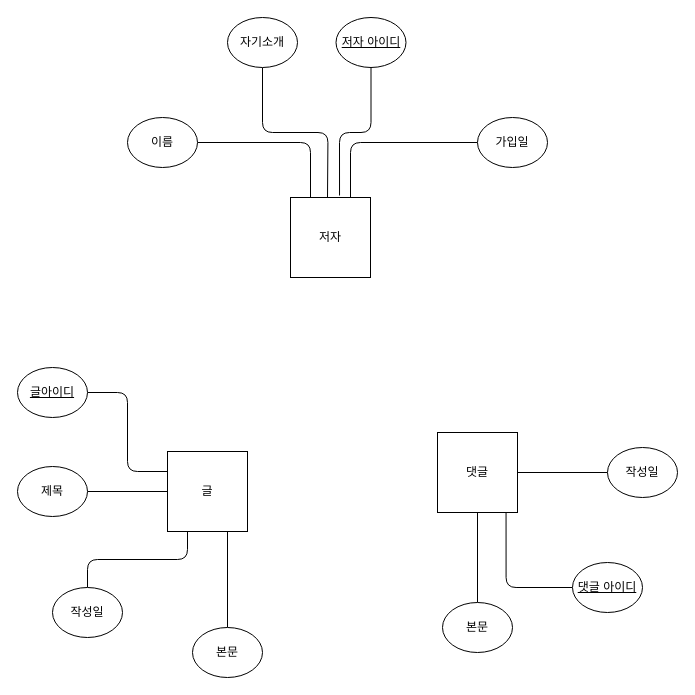
codingeverybody/erd keeps this draw.io diagram as 관계형 데이터 모델링 ERD 실습.drawio. Above is the earlier version. Source tidied: cells renumbered, new cells numbered last; positions are measured from the earlier drawing's top-left corner, leaving out a move shared by most shapes. Both pictures are drawn from the tidied source at 100%, with x=0, y=0 at pixel (17, 17).
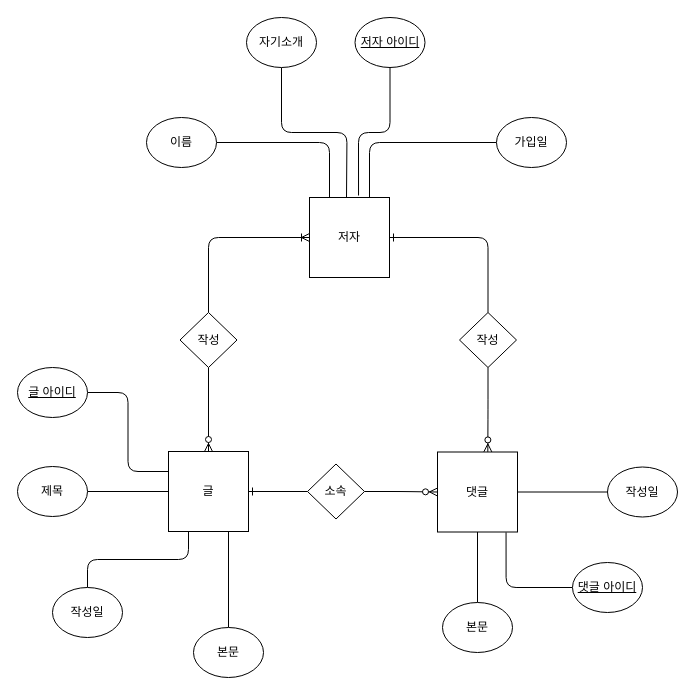
The same diagram, later.

Commit message:
Update 관계형 데이터 모델링 ERD 실습.drawio

Change to the diagram source:
```diff
@@
+    <mxCell id="27" style="edgeStyle=orthogonalEdgeStyle;rounded=1;jettySize=auto;html=1;exitX=0.5;exitY=0;exitDx=0;exitDy=0;entryX=0.5;entryY=1;entryDx=0;entryDy=0;endArrow=none;endFill=0;startArrow=ERzeroToMany;startFill=1;" parent="1" edge="1" source="2" target="30">
+      <mxGeometry relative="1" as="geometry" />
+    </mxCell>
     <mxCell id="2" value="글" style="whiteSpace=wrap;html=1;" parent="1" vertex="1">
-      <mxGeometry x="150" y="434" width="80" height="80" as="geometry" />
+      <mxGeometry x="151" y="434" width="80" height="80" as="geometry" />
     </mxCell>
+    <mxCell id="28" style="edgeStyle=orthogonalEdgeStyle;rounded=1;jettySize=auto;html=1;exitX=1;exitY=0.5;exitDx=0;exitDy=0;entryX=0.5;entryY=0;entryDx=0;entryDy=0;endArrow=none;endFill=0;startArrow=ERone;startFill=0;" parent="1" edge="1" source="3" target="32">
+      <mxGeometry relative="1" as="geometry" />
+    </mxCell>
     <mxCell id="3" value="저자" style="whiteSpace=wrap;html=1;" parent="1" vertex="1">
-      <mxGeometry x="273" y="180" width="80" height="80" as="geometry" />
+      <mxGeometry x="292" y="180" width="80" height="80" as="geometry" />
     </mxCell>
     <mxCell id="4" value="댓글" style="whiteSpace=wrap;html=1;" parent="1" vertex="1">
-      <mxGeometry x="420" y="415" width="80" height="80" as="geometry" />
+      <mxGeometry x="420" y="434.5" width="80" height="80" as="geometry" />
     </mxCell>
@@
     <mxCell id="8" value="본문" style="ellipse;whiteSpace=wrap;html=1;" parent="1" vertex="1">
-      <mxGeometry x="175" y="610" width="70" height="50" as="geometry" />
+      <mxGeometry x="176" y="610" width="70" height="50" as="geometry" />
     </mxCell>
@@
     <mxCell id="12" value="이름" style="ellipse;whiteSpace=wrap;html=1;" parent="1" vertex="1">
-      <mxGeometry x="110" y="100" width="70" height="50" as="geometry" />
+      <mxGeometry x="129" y="100" width="70" height="50" as="geometry" />
     </mxCell>
@@
     <mxCell id="14" value="가입일" style="ellipse;whiteSpace=wrap;html=1;" parent="1" vertex="1">
-      <mxGeometry x="460" y="100" width="70" height="50" as="geometry" />
+      <mxGeometry x="479" y="100" width="70" height="50" as="geometry" />
     </mxCell>
     <mxCell id="15" style="edgeStyle=orthogonalEdgeStyle;rounded=1;jettySize=auto;html=1;exitX=0.5;exitY=1;exitDx=0;exitDy=0;endArrow=none;endFill=0;" parent="1" edge="1" source="16">
       <mxGeometry relative="1" as="geometry">
-        <mxPoint x="310" y="180" as="targetPoint" />
+        <mxPoint x="329" y="180" as="targetPoint" />
       </mxGeometry>
     </mxCell>
     <mxCell id="16" value="자기소개" style="ellipse;whiteSpace=wrap;html=1;" parent="1" vertex="1">
-      <mxGeometry x="210" width="70" height="50" as="geometry" />
+      <mxGeometry x="229" width="70" height="50" as="geometry" />
     </mxCell>
@@
     <mxCell id="18" value="작성일" style="ellipse;whiteSpace=wrap;html=1;" parent="1" vertex="1">
-      <mxGeometry x="590" y="430" width="70" height="50" as="geometry" />
+      <mxGeometry x="590" y="449.5" width="70" height="50" as="geometry" />
     </mxCell>
@@
-    <mxCell id="22" value="글아이디" style="ellipse;whiteSpace=wrap;html=1;fontStyle=4;" parent="1" vertex="1">
+    <mxCell id="22" value="글 아이디" style="ellipse;whiteSpace=wrap;html=1;fontStyle=4;" parent="1" vertex="1">
       <mxGeometry y="350" width="70" height="50" as="geometry" />
     </mxCell>
@@
     <mxCell id="26" value="&lt;u&gt;저자 아이디&lt;/u&gt;" style="ellipse;whiteSpace=wrap;html=1;" parent="1" vertex="1">
-      <mxGeometry x="318.5" width="70" height="50" as="geometry" />
+      <mxGeometry x="337.5" width="70" height="50" as="geometry" />
     </mxCell>
+    <mxCell id="29" style="edgeStyle=orthogonalEdgeStyle;rounded=1;jettySize=auto;html=1;exitX=0.5;exitY=0;exitDx=0;exitDy=0;entryX=0;entryY=0.5;entryDx=0;entryDy=0;endArrow=ERoneToMany;endFill=0;" parent="1" edge="1" source="30" target="3">
+      <mxGeometry relative="1" as="geometry" />
+    </mxCell>
+    <mxCell id="30" value="작성" style="rhombus;whiteSpace=wrap;html=1;" parent="1" vertex="1">
+      <mxGeometry x="162.5" y="295" width="57" height="55" as="geometry" />
+    </mxCell>
+    <mxCell id="31" style="edgeStyle=orthogonalEdgeStyle;rounded=1;jettySize=auto;html=1;exitX=0.5;exitY=1;exitDx=0;exitDy=0;entryX=0.629;entryY=-0.001;entryDx=0;entryDy=0;entryPerimeter=0;endArrow=ERzeroToMany;endFill=1;" parent="1" edge="1" source="32" target="4">
+      <mxGeometry relative="1" as="geometry" />
+    </mxCell>
+    <mxCell id="32" value="작성" style="rhombus;whiteSpace=wrap;html=1;" parent="1" vertex="1">
+      <mxGeometry x="442" y="295" width="57" height="55" as="geometry" />
+    </mxCell>
+    <mxCell id="33" style="edgeStyle=orthogonalEdgeStyle;rounded=1;jettySize=auto;html=1;exitX=1;exitY=0.5;exitDx=0;exitDy=0;entryX=0;entryY=0.5;entryDx=0;entryDy=0;endArrow=ERzeroToMany;endFill=1;" parent="1" edge="1" source="35" target="4">
+      <mxGeometry relative="1" as="geometry" />
+    </mxCell>
+    <mxCell id="34" style="edgeStyle=orthogonalEdgeStyle;rounded=1;jettySize=auto;html=1;exitX=0;exitY=0.5;exitDx=0;exitDy=0;entryX=1;entryY=0.5;entryDx=0;entryDy=0;endArrow=ERone;endFill=0;" parent="1" edge="1" source="35" target="2">
+      <mxGeometry relative="1" as="geometry" />
+    </mxCell>
+    <mxCell id="35" value="소속" style="rhombus;whiteSpace=wrap;html=1;" parent="1" vertex="1">
+      <mxGeometry x="290" y="446.5" width="57" height="55" as="geometry" />
+    </mxCell>
```
